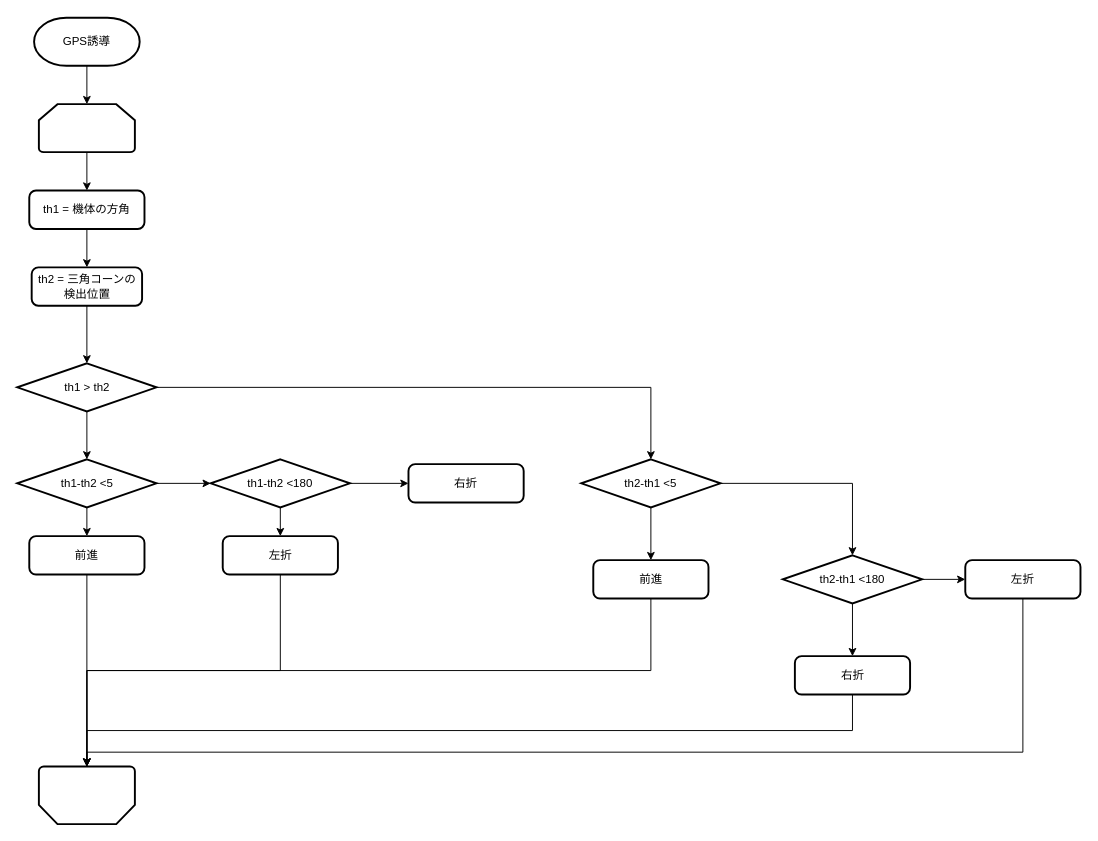
kodama-gentaro/cansat_team_a keeps this draw.io diagram as system-flow.drawio.xml. Above is the earlier version. Source tidied: cells renumbered, new cells numbered last; positions are measured from the earlier drawing's top-left corner, leaving out a move shared by most shapes. Both pictures are drawn from the tidied source at 96%, with x=0, y=0 at pixel (16, 17).
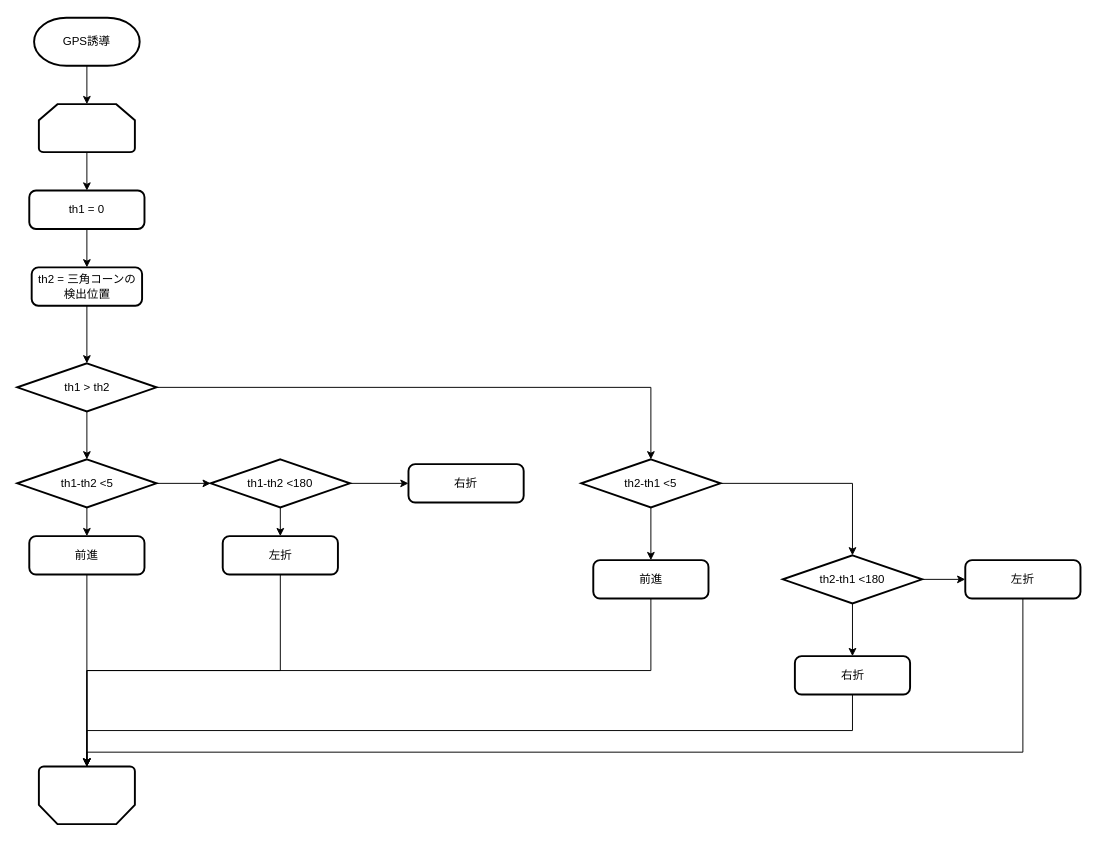
The same page after the edit.

Commit message (it also covers changes not shown here):
system-flow.drawio.xml を更新します

Change to the diagram source:
```diff
@@
-    <mxCell id="10" value="th1 = 機体の方角" style="rounded=1;whiteSpace=wrap;html=1;absoluteArcSize=1;arcSize=14;strokeWidth=2;" parent="1" vertex="1">
+    <mxCell id="10" value="th1 = 0" style="rounded=1;whiteSpace=wrap;html=1;absoluteArcSize=1;arcSize=14;strokeWidth=2;" parent="1" vertex="1">
       <mxGeometry x="13" y="180" width="120" height="40" as="geometry" />
     </mxCell>
```
